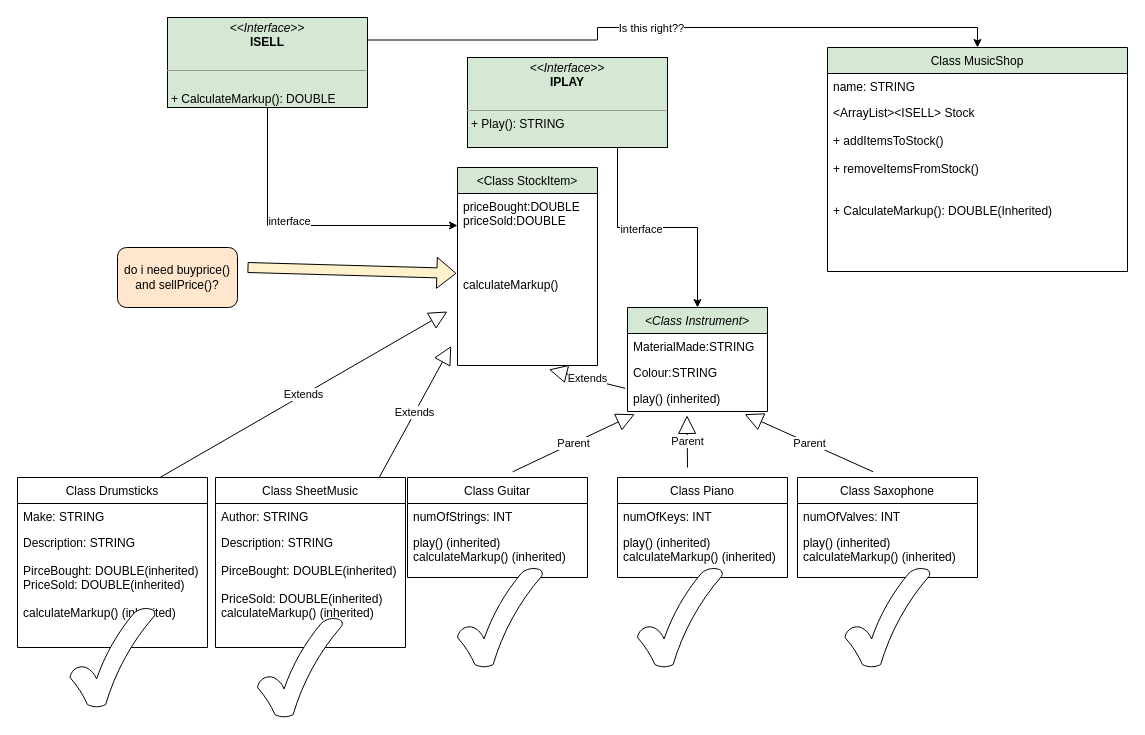
Earlier version of the draw.io diagram music_shop.drawio (CodeScott00/MusicShop-Interfaces-abstract-classes). Source tidied: cells renumbered, new cells numbered last; positions are measured from the earlier drawing's top-left corner, leaving out a move shared by most shapes. Both pictures are drawn from the tidied source at 100%, with x=0, y=0 at pixel (17, 17).
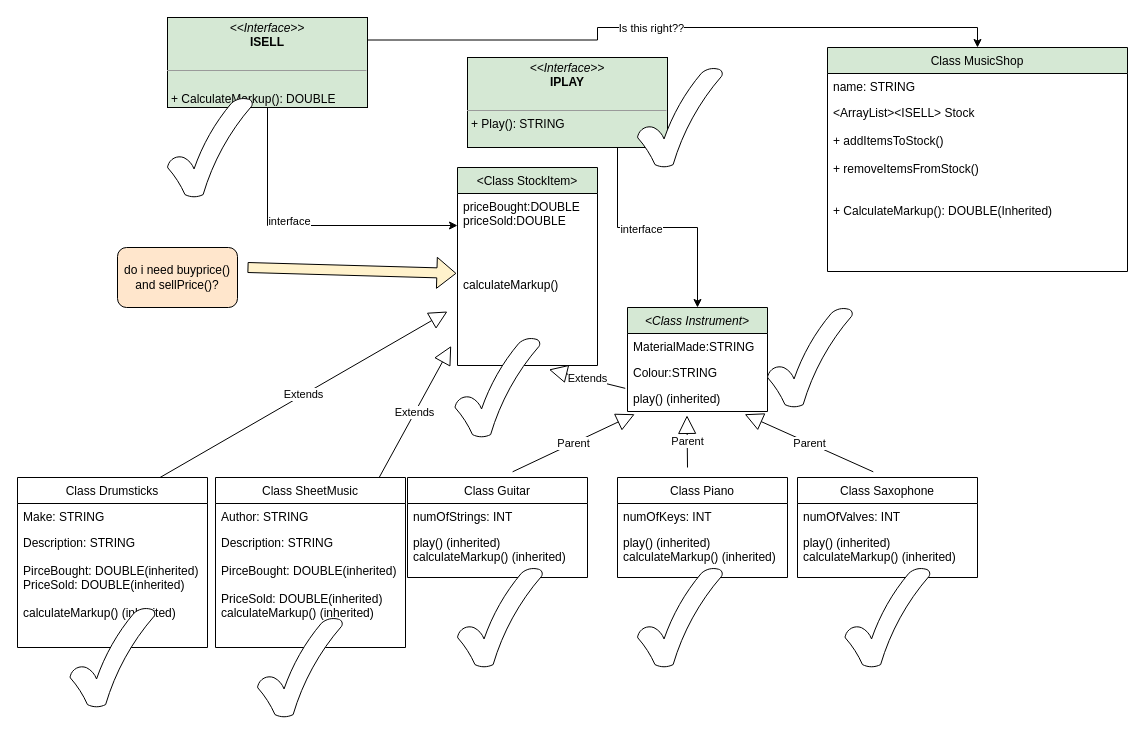
After the change.

What changed in the source:
```diff
@@
+    <mxCell id="49" style="verticalLabelPosition=bottom;verticalAlign=top;html=1;shape=mxgraph.basic.tick;" parent="1" vertex="1">
+      <mxGeometry x="750" y="290" width="85" height="100" as="geometry" />
+    </mxCell>
+    <mxCell id="50" style="verticalLabelPosition=bottom;verticalAlign=top;html=1;shape=mxgraph.basic.tick;" parent="1" vertex="1">
+      <mxGeometry x="437.5" y="320" width="85" height="100" as="geometry" />
+    </mxCell>
+    <mxCell id="51" style="verticalLabelPosition=bottom;verticalAlign=top;html=1;shape=mxgraph.basic.tick;" parent="1" vertex="1">
+      <mxGeometry x="150" y="80" width="85" height="100" as="geometry" />
+    </mxCell>
+    <mxCell id="52" style="verticalLabelPosition=bottom;verticalAlign=top;html=1;shape=mxgraph.basic.tick;" parent="1" vertex="1">
+      <mxGeometry x="620" y="50" width="85" height="100" as="geometry" />
+    </mxCell>
```
